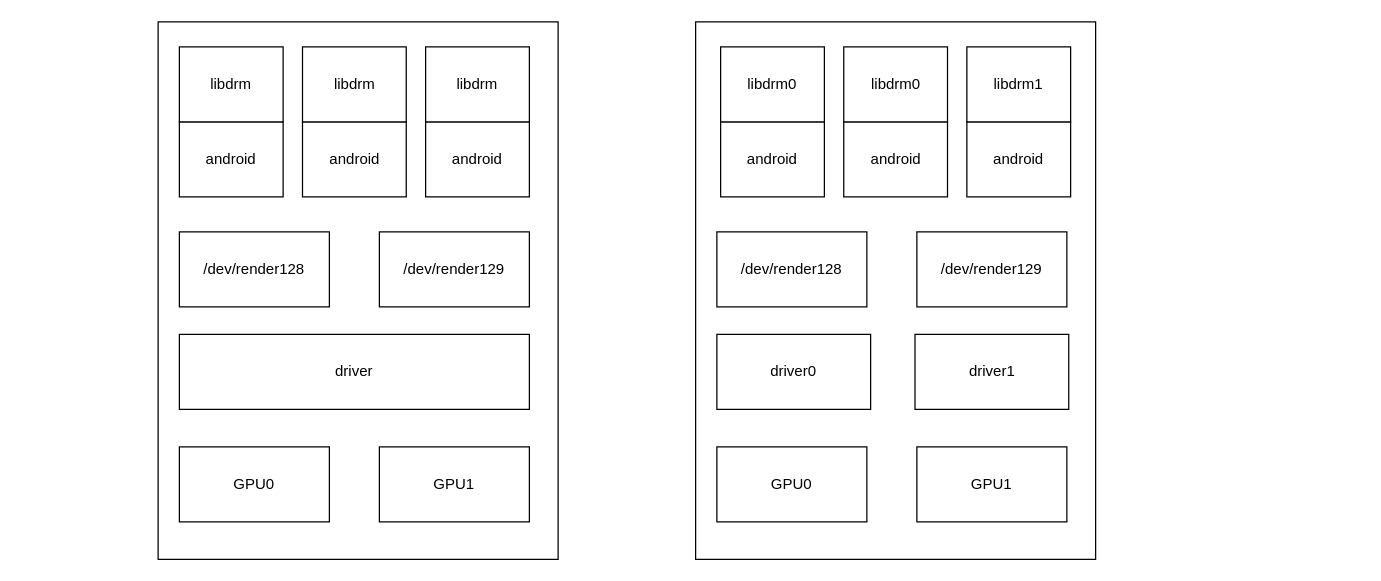
Above: 多驱动架构设计.drawio in enzoyes/desginsindraw (draw.io), before the change. Source tidied: cells renumbered, new cells numbered last; positions are measured from the earlier drawing's top-left corner, leaving out a move shared by most shapes. Both pictures are drawn from the tidied source at 125%, with x=0, y=0 at pixel (158, 21).
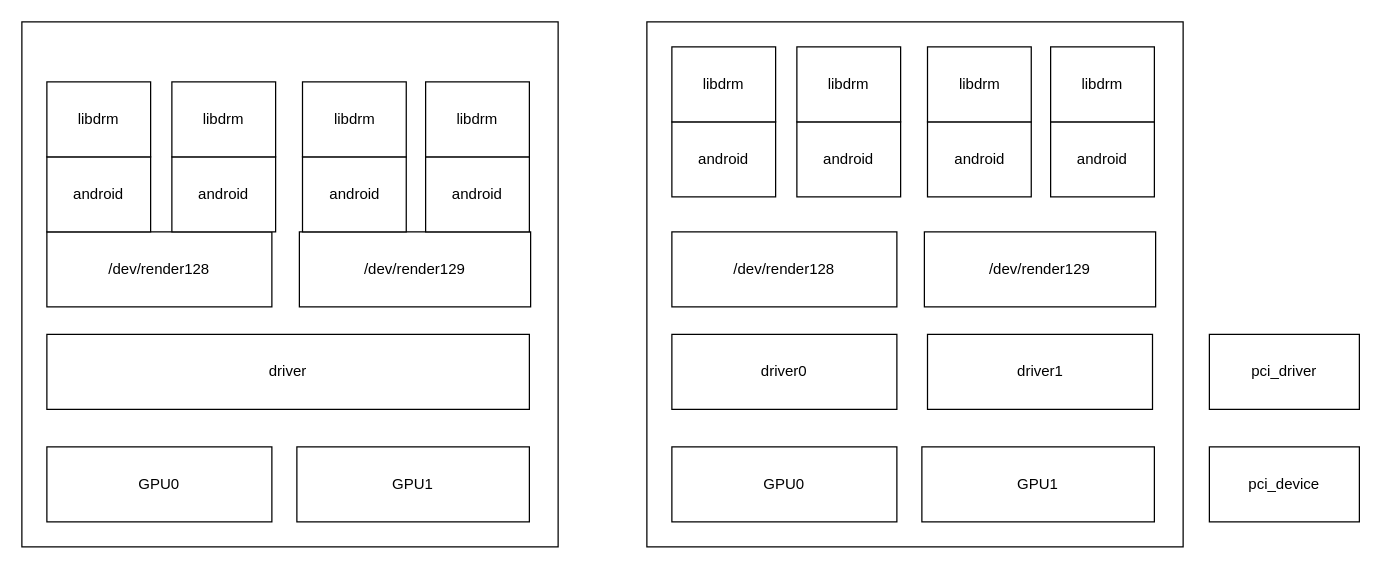
Above is the later version.

Commit message (it also covers changes not shown here):
更新多驱动架构设计.drawio

Diff of the diagram source:
```diff
@@
     <mxCell id="2" style="rounded=0;whiteSpace=wrap;html=1;" parent="1" vertex="1">
-      <mxGeometry width="320" height="430" as="geometry" />
+      <mxGeometry x="-109" width="429" height="420" as="geometry" />
     </mxCell>
     <mxCell id="3" value="GPU0" style="rounded=0;whiteSpace=wrap;html=1;" parent="1" vertex="1">
-      <mxGeometry x="17" y="340" width="120" height="60" as="geometry" />
+      <mxGeometry x="-89" y="340" width="180" height="60" as="geometry" />
     </mxCell>
     <mxCell id="4" value="GPU1" style="rounded=0;whiteSpace=wrap;html=1;" parent="1" vertex="1">
-      <mxGeometry x="177" y="340" width="120" height="60" as="geometry" />
+      <mxGeometry x="111" y="340" width="186" height="60" as="geometry" />
     </mxCell>
     <mxCell id="5" value="driver" style="rounded=0;whiteSpace=wrap;html=1;" parent="1" vertex="1">
-      <mxGeometry x="17" y="250" width="280" height="60" as="geometry" />
+      <mxGeometry x="-89" y="250" width="386" height="60" as="geometry" />
     </mxCell>
     <mxCell id="6" value="/dev/render128" style="rounded=0;whiteSpace=wrap;html=1;" parent="1" vertex="1">
-      <mxGeometry x="17" y="168" width="120" height="60" as="geometry" />
+      <mxGeometry x="-89" y="168" width="180" height="60" as="geometry" />
     </mxCell>
     <mxCell id="7" value="/dev/render129" style="rounded=0;whiteSpace=wrap;html=1;" parent="1" vertex="1">
-      <mxGeometry x="177" y="168" width="120" height="60" as="geometry" />
+      <mxGeometry x="113" y="168" width="185" height="60" as="geometry" />
     </mxCell>
     <mxCell id="8" value="android" style="rounded=0;whiteSpace=wrap;html=1;" parent="1" vertex="1">
-      <mxGeometry x="17" y="80" width="83" height="60" as="geometry" />
+      <mxGeometry x="11" y="108" width="83" height="60" as="geometry" />
     </mxCell>
-    <mxCell id="9" style="rounded=0;whiteSpace=wrap;html=1;" parent="1" vertex="1">
-      <mxGeometry x="430" width="320" height="430" as="geometry" />
-    </mxCell>
+    <mxCell id="15" value="android" style="rounded=0;whiteSpace=wrap;html=1;" parent="1" vertex="1">
+      <mxGeometry x="115.5" y="108" width="83" height="60" as="geometry" />
+    </mxCell>
+    <mxCell id="16" value="android" style="rounded=0;whiteSpace=wrap;html=1;" parent="1" vertex="1">
+      <mxGeometry x="214" y="108" width="83" height="60" as="geometry" />
+    </mxCell>
+    <mxCell id="17" value="libdrm" style="rounded=0;whiteSpace=wrap;html=1;" parent="1" vertex="1">
+      <mxGeometry x="214" y="48" width="83" height="60" as="geometry" />
+    </mxCell>
+    <mxCell id="18" value="libdrm" style="rounded=0;whiteSpace=wrap;html=1;" parent="1" vertex="1">
+      <mxGeometry x="115.5" y="48" width="83" height="60" as="geometry" />
+    </mxCell>
+    <mxCell id="19" value="libdrm" style="rounded=0;whiteSpace=wrap;html=1;" parent="1" vertex="1">
+      <mxGeometry x="11" y="48" width="83" height="60" as="geometry" />
+    </mxCell>
+    <mxCell id="27" value="android" style="rounded=0;whiteSpace=wrap;html=1;" parent="1" vertex="1">
+      <mxGeometry x="-89" y="108" width="83" height="60" as="geometry" />
+    </mxCell>
+    <mxCell id="28" value="libdrm" style="rounded=0;whiteSpace=wrap;html=1;" parent="1" vertex="1">
+      <mxGeometry x="-89" y="48" width="83" height="60" as="geometry" />
+    </mxCell>
+    <mxCell id="29" style="rounded=0;whiteSpace=wrap;html=1;" parent="1" vertex="1">
+      <mxGeometry x="391" width="429" height="420" as="geometry" />
+    </mxCell>
     <mxCell id="10" value="GPU0" style="rounded=0;whiteSpace=wrap;html=1;" parent="1" vertex="1">
-      <mxGeometry x="447" y="340" width="120" height="60" as="geometry" />
+      <mxGeometry x="411" y="340" width="180" height="60" as="geometry" />
     </mxCell>
     <mxCell id="11" value="GPU1" style="rounded=0;whiteSpace=wrap;html=1;" parent="1" vertex="1">
-      <mxGeometry x="607" y="340" width="120" height="60" as="geometry" />
+      <mxGeometry x="611" y="340" width="186" height="60" as="geometry" />
     </mxCell>
     <mxCell id="12" value="driver0" style="rounded=0;whiteSpace=wrap;html=1;" parent="1" vertex="1">
-      <mxGeometry x="447" y="250" width="123" height="60" as="geometry" />
+      <mxGeometry x="411" y="250" width="180" height="60" as="geometry" />
     </mxCell>
     <mxCell id="13" value="/dev/render128" style="rounded=0;whiteSpace=wrap;html=1;" parent="1" vertex="1">
-      <mxGeometry x="447" y="168" width="120" height="60" as="geometry" />
+      <mxGeometry x="411" y="168" width="180" height="60" as="geometry" />
     </mxCell>
     <mxCell id="14" value="/dev/render129" style="rounded=0;whiteSpace=wrap;html=1;" parent="1" vertex="1">
-      <mxGeometry x="607" y="168" width="120" height="60" as="geometry" />
+      <mxGeometry x="613" y="168" width="185" height="60" as="geometry" />
     </mxCell>
-    <mxCell id="15" value="android" style="rounded=0;whiteSpace=wrap;html=1;" parent="1" vertex="1">
-      <mxGeometry x="115.5" y="80" width="83" height="60" as="geometry" />
-    </mxCell>
-    <mxCell id="16" value="android" style="rounded=0;whiteSpace=wrap;html=1;" parent="1" vertex="1">
-      <mxGeometry x="214" y="80" width="83" height="60" as="geometry" />
-    </mxCell>
-    <mxCell id="17" value="libdrm" style="rounded=0;whiteSpace=wrap;html=1;" parent="1" vertex="1">
-      <mxGeometry x="214" y="20" width="83" height="60" as="geometry" />
-    </mxCell>
-    <mxCell id="18" value="libdrm" style="rounded=0;whiteSpace=wrap;html=1;" parent="1" vertex="1">
-      <mxGeometry x="115.5" y="20" width="83" height="60" as="geometry" />
-    </mxCell>
-    <mxCell id="19" value="libdrm" style="rounded=0;whiteSpace=wrap;html=1;" parent="1" vertex="1">
-      <mxGeometry x="17" y="20" width="83" height="60" as="geometry" />
-    </mxCell>
-    <mxCell id="20" value="android" style="rounded=0;whiteSpace=wrap;html=1;" parent="1" vertex="1">
-      <mxGeometry x="450" y="80" width="83" height="60" as="geometry" />
-    </mxCell>
-    <mxCell id="21" value="android" style="rounded=0;whiteSpace=wrap;html=1;" parent="1" vertex="1">
-      <mxGeometry x="548.5" y="80" width="83" height="60" as="geometry" />
-    </mxCell>
-    <mxCell id="22" value="android" style="rounded=0;whiteSpace=wrap;html=1;" parent="1" vertex="1">
-      <mxGeometry x="647" y="80" width="83" height="60" as="geometry" />
-    </mxCell>
-    <mxCell id="23" value="libdrm1" style="rounded=0;whiteSpace=wrap;html=1;" parent="1" vertex="1">
-      <mxGeometry x="647" y="20" width="83" height="60" as="geometry" />
-    </mxCell>
-    <mxCell id="24" value="libdrm0" style="rounded=0;whiteSpace=wrap;html=1;" parent="1" vertex="1">
-      <mxGeometry x="548.5" y="20" width="83" height="60" as="geometry" />
-    </mxCell>
-    <mxCell id="25" value="libdrm0" style="rounded=0;whiteSpace=wrap;html=1;" parent="1" vertex="1">
-      <mxGeometry x="450" y="20" width="83" height="60" as="geometry" />
-    </mxCell>
+    <mxCell id="30" value="android" style="rounded=0;whiteSpace=wrap;html=1;" parent="1" vertex="1">
+      <mxGeometry x="511" y="80" width="83" height="60" as="geometry" />
+    </mxCell>
+    <mxCell id="31" value="android" style="rounded=0;whiteSpace=wrap;html=1;" parent="1" vertex="1">
+      <mxGeometry x="615.5" y="80" width="83" height="60" as="geometry" />
+    </mxCell>
+    <mxCell id="32" value="android" style="rounded=0;whiteSpace=wrap;html=1;" parent="1" vertex="1">
+      <mxGeometry x="714" y="80" width="83" height="60" as="geometry" />
+    </mxCell>
+    <mxCell id="33" value="libdrm" style="rounded=0;whiteSpace=wrap;html=1;" parent="1" vertex="1">
+      <mxGeometry x="714" y="20" width="83" height="60" as="geometry" />
+    </mxCell>
+    <mxCell id="34" value="libdrm" style="rounded=0;whiteSpace=wrap;html=1;" parent="1" vertex="1">
+      <mxGeometry x="615.5" y="20" width="83" height="60" as="geometry" />
+    </mxCell>
+    <mxCell id="35" value="libdrm" style="rounded=0;whiteSpace=wrap;html=1;" parent="1" vertex="1">
+      <mxGeometry x="511" y="20" width="83" height="60" as="geometry" />
+    </mxCell>
+    <mxCell id="36" value="android" style="rounded=0;whiteSpace=wrap;html=1;" parent="1" vertex="1">
+      <mxGeometry x="411" y="80" width="83" height="60" as="geometry" />
+    </mxCell>
+    <mxCell id="37" value="libdrm" style="rounded=0;whiteSpace=wrap;html=1;" parent="1" vertex="1">
+      <mxGeometry x="411" y="20" width="83" height="60" as="geometry" />
+    </mxCell>
     <mxCell id="26" value="driver1" style="rounded=0;whiteSpace=wrap;html=1;" parent="1" vertex="1">
-      <mxGeometry x="605.5" y="250" width="123" height="60" as="geometry" />
+      <mxGeometry x="615.5" y="250" width="180" height="60" as="geometry" />
     </mxCell>
+    <mxCell id="38" value="pci_driver" style="rounded=0;whiteSpace=wrap;html=1;" parent="1" vertex="1">
+      <mxGeometry x="841" y="250" width="120" height="60" as="geometry" />
+    </mxCell>
+    <mxCell id="39" value="pci_device" style="rounded=0;whiteSpace=wrap;html=1;" parent="1" vertex="1">
+      <mxGeometry x="841" y="340" width="120" height="60" as="geometry" />
+    </mxCell>
```
